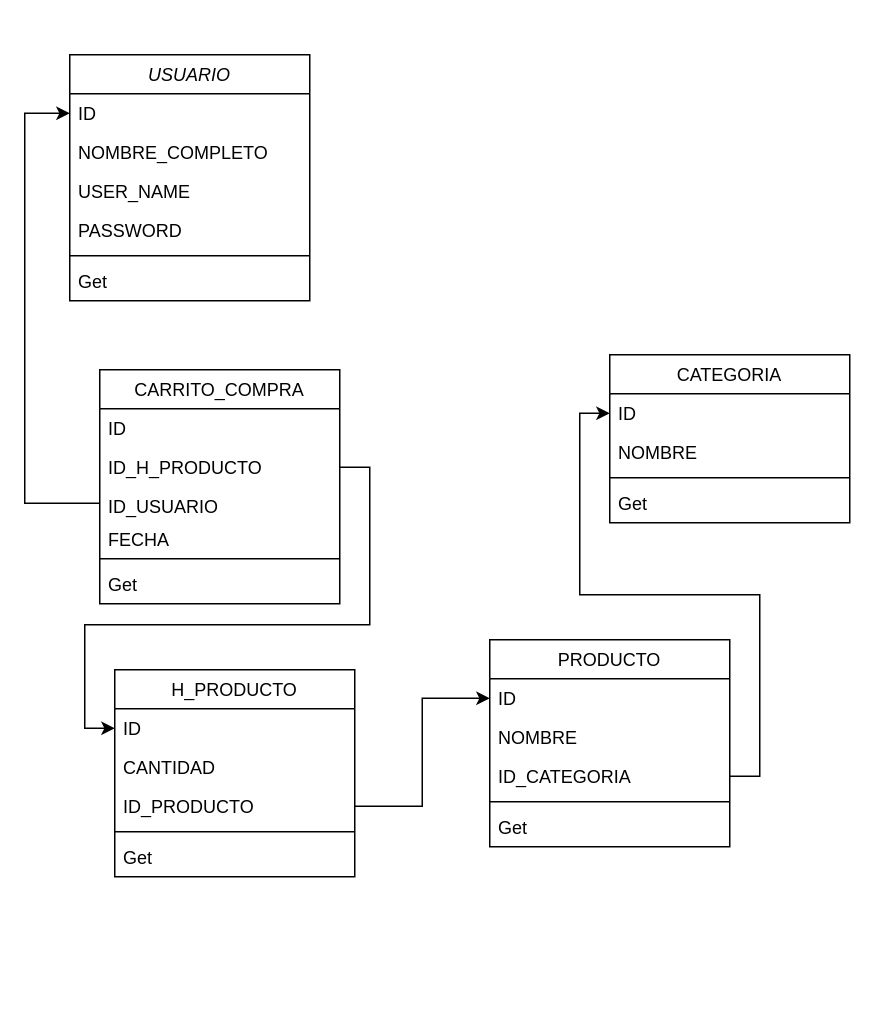
Above: diagrama-clases.drawio in EddyEscalanteU/backend-upc-5-2023 (draw.io), before the change. Source tidied: cells renumbered, new cells numbered last; positions are measured from the earlier drawing's top-left corner, leaving out a move shared by most shapes. Both pictures are drawn from the tidied source at 150%, with x=0, y=0 at pixel (24, 54).
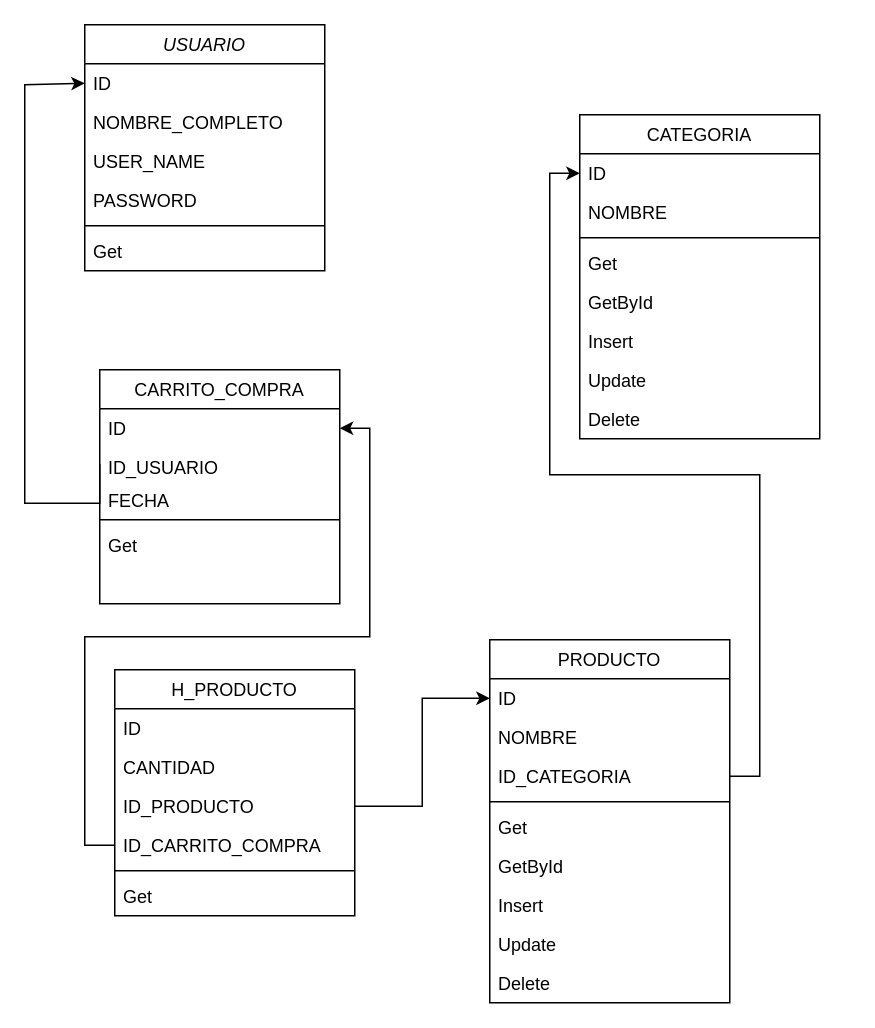
After the change.

The change refers to these unchanged cells:
```xml
<mxCell id="3" value="ID" style="text;align=left;verticalAlign=top;spacingLeft=4;spacingRight=4;overflow=hidden;points=[[0,0.5],[1,0.5]];portConstraint=eastwest;" parent="2" vertex="1">
  <mxGeometry y="26" width="160" height="26" as="geometry" />
</mxCell>
<mxCell id="9" value="CARRITO_COMPRA" style="swimlane;fontStyle=0;align=center;verticalAlign=top;horizontal=1;startSize=26;rounded=0;shadow=0;strokeWidth=1;" parent="1" vertex="1">
  <mxGeometry x="50" y="210" width="160" height="156" as="geometry" />
</mxCell>
<mxCell id="10" value="ID" style="text;align=left;verticalAlign=top;spacingLeft=4;spacingRight=4;overflow=hidden;points=[[0,0.5],[1,0.5]];portConstraint=eastwest;" parent="9" vertex="1">
  <mxGeometry y="26" width="160" height="26" as="geometry" />
</mxCell>
<mxCell id="30" value="ID" style="text;align=left;verticalAlign=top;spacingLeft=4;spacingRight=4;overflow=hidden;points=[[0,0.5],[1,0.5]];portConstraint=eastwest;" parent="29" vertex="1">
  <mxGeometry y="26" width="160" height="26" as="geometry" />
</mxCell>
```

The edit, as a diff of the source:
```diff
@@
     <mxCell id="2" value="USUARIO" style="swimlane;fontStyle=2;align=center;verticalAlign=top;horizontal=1;startSize=26;rounded=0;shadow=0;strokeWidth=1;" parent="1" vertex="1">
-      <mxGeometry x="30" width="160" height="164" as="geometry" />
+      <mxGeometry x="40" y="-20" width="160" height="164" as="geometry" />
     </mxCell>
@@
-    <mxCell id="11" value="ID_H_PRODUCTO" style="text;align=left;verticalAlign=top;spacingLeft=4;spacingRight=4;overflow=hidden;points=[[0,0.5],[1,0.5]];portConstraint=eastwest;rounded=0;shadow=0;html=0;" parent="9" vertex="1">
-      <mxGeometry y="52" width="160" height="26" as="geometry" />
-    </mxCell>
     <mxCell id="12" value="ID_USUARIO" style="text;align=left;verticalAlign=top;spacingLeft=4;spacingRight=4;overflow=hidden;points=[[0,0.5],[1,0.5]];portConstraint=eastwest;rounded=0;shadow=0;html=0;" parent="9" vertex="1">
-      <mxGeometry y="78" width="160" height="22" as="geometry" />
+      <mxGeometry y="52" width="160" height="22" as="geometry" />
     </mxCell>
     <mxCell id="13" value="FECHA" style="text;align=left;verticalAlign=top;spacingLeft=4;spacingRight=4;overflow=hidden;rounded=0;shadow=0;html=0;" parent="9" vertex="1">
-      <mxGeometry y="100" width="160" height="22" as="geometry" />
+      <mxGeometry y="74" width="160" height="22" as="geometry" />
     </mxCell>
     <mxCell id="14" style="line;html=1;strokeWidth=1;align=left;verticalAlign=middle;spacingTop=-1;spacingLeft=3;spacingRight=3;labelPosition=right;" parent="9" vertex="1">
-      <mxGeometry y="122" width="160" height="8" as="geometry" />
+      <mxGeometry y="96" width="160" height="8" as="geometry" />
     </mxCell>
     <mxCell id="15" value="Get" style="text;align=left;verticalAlign=top;spacingLeft=4;spacingRight=4;overflow=hidden;rounded=0;shadow=0;html=0;" parent="9" vertex="1">
-      <mxGeometry y="130" width="160" height="26" as="geometry" />
+      <mxGeometry y="104" width="160" height="26" as="geometry" />
     </mxCell>
     <mxCell id="16" value="PRODUCTO" style="swimlane;fontStyle=0;align=center;verticalAlign=top;horizontal=1;startSize=26;rounded=0;shadow=0;strokeWidth=1;" parent="1" vertex="1">
-      <mxGeometry x="310" y="390" width="160" height="138" as="geometry" />
+      <mxGeometry x="310" y="390" width="160" height="242" as="geometry" />
     </mxCell>
@@
+    <mxCell id="37" value="GetById" style="text;align=left;verticalAlign=top;spacingLeft=4;spacingRight=4;overflow=hidden;rounded=0;shadow=0;html=0;" parent="16" vertex="1">
+      <mxGeometry y="138" width="160" height="26" as="geometry" />
+    </mxCell>
+    <mxCell id="38" value="Insert" style="text;align=left;verticalAlign=top;spacingLeft=4;spacingRight=4;overflow=hidden;rounded=0;shadow=0;html=0;" parent="16" vertex="1">
+      <mxGeometry y="164" width="160" height="26" as="geometry" />
+    </mxCell>
+    <mxCell id="39" value="Update" style="text;align=left;verticalAlign=top;spacingLeft=4;spacingRight=4;overflow=hidden;rounded=0;shadow=0;html=0;" parent="16" vertex="1">
+      <mxGeometry y="190" width="160" height="26" as="geometry" />
+    </mxCell>
+    <mxCell id="40" value="Delete" style="text;align=left;verticalAlign=top;spacingLeft=4;spacingRight=4;overflow=hidden;rounded=0;shadow=0;html=0;" parent="16" vertex="1">
+      <mxGeometry y="216" width="160" height="26" as="geometry" />
+    </mxCell>
     <mxCell id="22" value="CATEGORIA" style="swimlane;fontStyle=0;align=center;verticalAlign=top;horizontal=1;startSize=26;rounded=0;shadow=0;strokeWidth=1;" parent="1" vertex="1">
-      <mxGeometry x="390" y="200" width="160" height="112" as="geometry" />
+      <mxGeometry x="370" y="40" width="160" height="216" as="geometry" />
     </mxCell>
@@
+    <mxCell id="41" value="GetById" style="text;align=left;verticalAlign=top;spacingLeft=4;spacingRight=4;overflow=hidden;rounded=0;shadow=0;html=0;" parent="22" vertex="1">
+      <mxGeometry y="112" width="160" height="26" as="geometry" />
+    </mxCell>
+    <mxCell id="42" value="Insert" style="text;align=left;verticalAlign=top;spacingLeft=4;spacingRight=4;overflow=hidden;rounded=0;shadow=0;html=0;" parent="22" vertex="1">
+      <mxGeometry y="138" width="160" height="26" as="geometry" />
+    </mxCell>
+    <mxCell id="43" value="Update" style="text;align=left;verticalAlign=top;spacingLeft=4;spacingRight=4;overflow=hidden;rounded=0;shadow=0;html=0;" parent="22" vertex="1">
+      <mxGeometry y="164" width="160" height="26" as="geometry" />
+    </mxCell>
+    <mxCell id="44" value="Delete" style="text;align=left;verticalAlign=top;spacingLeft=4;spacingRight=4;overflow=hidden;rounded=0;shadow=0;html=0;" parent="22" vertex="1">
+      <mxGeometry y="190" width="160" height="26" as="geometry" />
+    </mxCell>
@@
-    <mxCell id="28" style="edgeStyle=orthogonalEdgeStyle;rounded=0;jettySize=auto;html=1;exitX=0;exitY=0.5;exitDx=0;exitDy=0;" parent="1" edge="1" source="12" target="3">
+    <mxCell id="28" style="edgeStyle=orthogonalEdgeStyle;rounded=0;jettySize=auto;html=1;exitX=0;exitY=0.5;exitDx=0;exitDy=0;entryX=0;entryY=0.5;entryDx=0;entryDy=0;" parent="1" edge="1" source="12" target="3">
       <mxGeometry relative="1" as="geometry">
         <Array as="points">
           <mxPoint y="299" />
-          <mxPoint y="39" />
+          <mxPoint y="20" />
         </Array>
       </mxGeometry>
     </mxCell>
     <mxCell id="29" value="H_PRODUCTO" style="swimlane;fontStyle=0;align=center;verticalAlign=top;horizontal=1;startSize=26;rounded=0;shadow=0;strokeWidth=1;" parent="1" vertex="1">
-      <mxGeometry x="60" y="410" width="160" height="138" as="geometry" />
+      <mxGeometry x="60" y="410" width="160" height="164" as="geometry" />
     </mxCell>
@@
+    <mxCell id="11" value="ID_CARRITO_COMPRA" style="text;align=left;verticalAlign=top;spacingLeft=4;spacingRight=4;overflow=hidden;points=[[0,0.5],[1,0.5]];portConstraint=eastwest;rounded=0;shadow=0;html=0;" parent="29" vertex="1">
+      <mxGeometry y="104" width="160" height="26" as="geometry" />
+    </mxCell>
     <mxCell id="33" style="line;html=1;strokeWidth=1;align=left;verticalAlign=middle;spacingTop=-1;spacingLeft=3;spacingRight=3;labelPosition=right;" parent="29" vertex="1">
-      <mxGeometry y="104" width="160" height="8" as="geometry" />
+      <mxGeometry y="130" width="160" height="8" as="geometry" />
     </mxCell>
     <mxCell id="34" value="Get" style="text;align=left;verticalAlign=top;spacingLeft=4;spacingRight=4;overflow=hidden;rounded=0;shadow=0;html=0;" parent="29" vertex="1">
-      <mxGeometry y="112" width="160" height="26" as="geometry" />
+      <mxGeometry y="138" width="160" height="26" as="geometry" />
     </mxCell>
@@
-    <mxCell id="36" style="edgeStyle=orthogonalEdgeStyle;rounded=0;jettySize=auto;html=1;exitX=1;exitY=0.5;exitDx=0;exitDy=0;entryX=0;entryY=0.5;entryDx=0;entryDy=0;" parent="1" edge="1" source="11" target="30">
-      <mxGeometry relative="1" as="geometry">
-        <Array as="points">
-          <mxPoint x="230" y="275" />
-          <mxPoint x="230" y="380" />
-          <mxPoint x="40" y="380" />
-          <mxPoint x="40" y="449" />
-        </Array>
-      </mxGeometry>
-    </mxCell>
+    <mxCell id="45" style="edgeStyle=orthogonalEdgeStyle;rounded=0;jettySize=auto;html=1;entryX=1;entryY=0.5;entryDx=0;entryDy=0;" parent="1" edge="1" source="11" target="10">
+      <mxGeometry relative="1" as="geometry" />
+    </mxCell>
```
